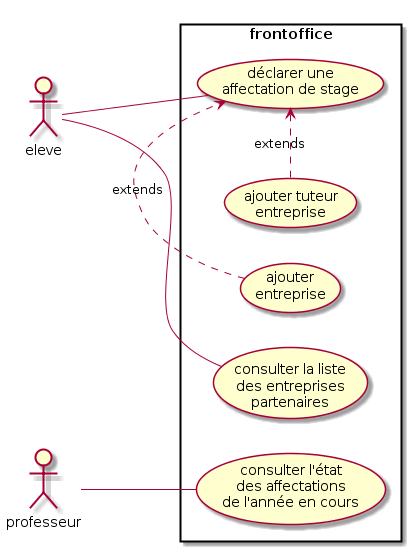
This is docs/images/use-case.png from sio-melun/stage3, a PlantUML export, as it was before one commit. Its diagram source:
```plantuml
@startuml
left to right direction
skinparam packageStyle rectangle

actor eleve
actor professeur
rectangle frontoffice {
  professeur -- (consulter l'état\ndes affectations\nde l'année en cours)
  usecase (consulter la liste\ndes entreprises\npartenaires) as consulter
  usecase (déclarer une\naffectation de stage) as declarer
  eleve -- (consulter)
  eleve -- (declarer)
  (ajouter\nentreprise) .> (declarer) : extends
  (ajouter tuteur\nentreprise) .> (declarer) : extends
}
@enduml
```
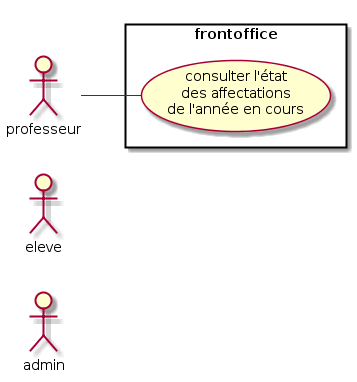
After the commit.

The edit, as a diff of the source:
```diff
@@ -2,15 +2,10 @@
 left to right direction
 skinparam packageStyle rectangle
 
+actor admin
 actor eleve
 actor professeur
 rectangle frontoffice {
   professeur -- (consulter l'état\ndes affectations\nde l'année en cours)
-  usecase (consulter la liste\ndes entreprises\npartenaires) as consulter
-  usecase (déclarer une\naffectation de stage) as declarer
-  eleve -- (consulter)
-  eleve -- (declarer)
-  (ajouter\nentreprise) .> (declarer) : extends
-  (ajouter tuteur\nentreprise) .> (declarer) : extends
 }
 @enduml
```
